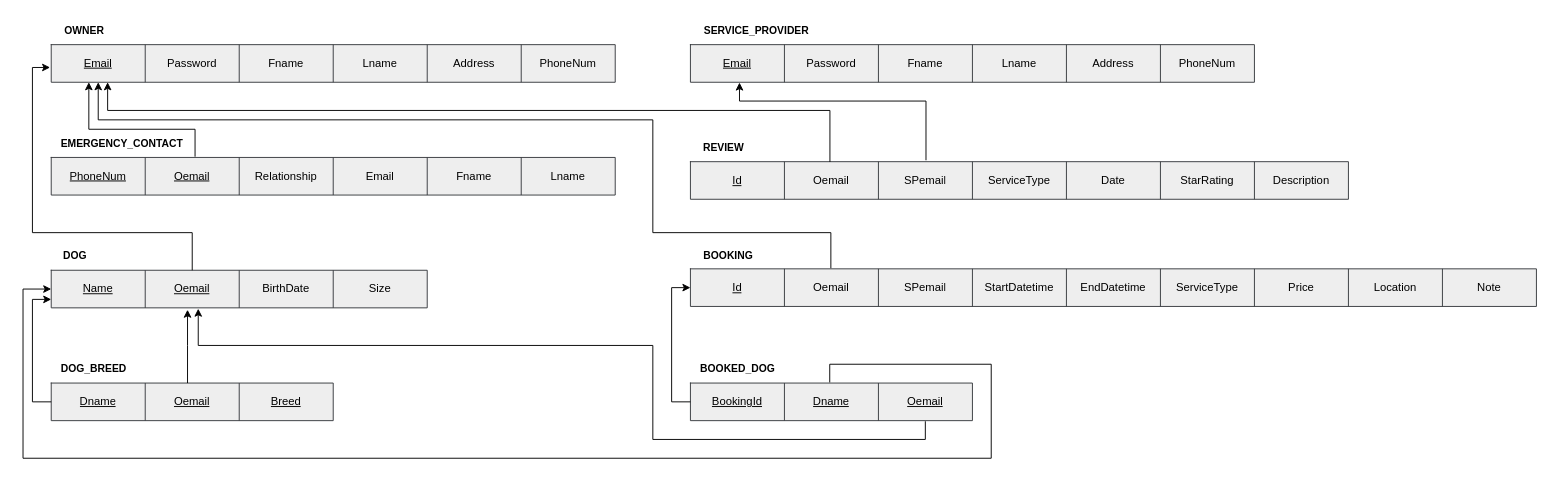
Above: BarkBase Relational Schema.drawio in BraedonHaensel/barkbase (draw.io), before the change. Source tidied: cells renumbered, new cells numbered last; positions are measured from the earlier drawing's top-left corner, leaving out a move shared by most shapes. Both pictures are drawn from the tidied source at 94%, with x=0, y=0 at pixel (23, 16).
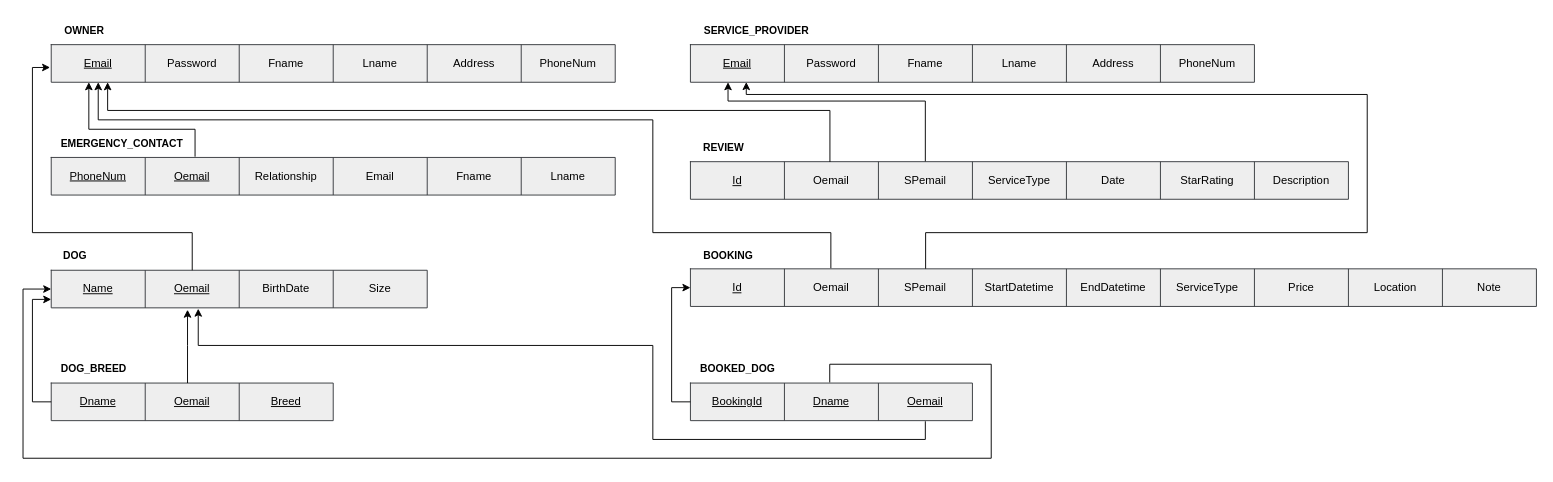
The same page after the edit.

Commit message:
added missing foreign key arrow to booking

The change refers to these unchanged cells:
```xml
<mxCell id="36" style="shape=tableRow;horizontal=0;startSize=0;swimlaneHead=0;swimlaneBody=0;strokeColor=inherit;top=0;left=0;bottom=0;right=0;fillColor=none;points=[[0,0.5],[1,0.5]];portConstraint=eastwest;" parent="35" vertex="1">
  <mxGeometry width="900" height="40" as="geometry" />
</mxCell>
<mxCell id="55" style="shape=tableRow;horizontal=0;startSize=0;swimlaneHead=0;swimlaneBody=0;strokeColor=inherit;top=0;left=0;bottom=0;right=0;fillColor=none;points=[[0,0.5],[1,0.5]];portConstraint=eastwest;" parent="54" vertex="1">
  <mxGeometry width="600" height="40" as="geometry" />
</mxCell>
<mxCell id="63" style="shape=table;startSize=0;childLayout=tableLayout;fillColor=#eeeeee;strokeColor=#36393d;" parent="1" vertex="1">
  <mxGeometry x="710" y="154.5" width="700" height="40" as="geometry" />
</mxCell>
```

Change to the diagram source:
```diff
@@
-    <mxCell id="77" style="endArrow=classic;html=1;rounded=0;strokeColor=default;align=center;verticalAlign=middle;fontFamily=Helvetica;fontSize=11;fontColor=default;labelBackgroundColor=default;edgeStyle=orthogonalEdgeStyle;exitX=0.358;exitY=-0.038;exitDx=0;exitDy=0;exitPerimeter=0;entryX=0.087;entryY=1.008;entryDx=0;entryDy=0;entryPerimeter=0;" parent="1" edge="1" source="63" target="55">
+    <mxCell id="77" style="endArrow=classic;html=1;rounded=0;strokeColor=default;align=center;verticalAlign=middle;fontFamily=Helvetica;fontSize=11;fontColor=default;labelBackgroundColor=default;edgeStyle=orthogonalEdgeStyle;exitX=0.357;exitY=-0.009;exitDx=0;exitDy=0;exitPerimeter=0;" parent="1" edge="1" source="63">
       <mxGeometry relative="1" as="geometry">
+        <mxPoint x="750" y="70" as="targetPoint" />
         <Array as="points">
-          <mxPoint x="961" y="90" />
-          <mxPoint x="762" y="90" />
+          <mxPoint x="960" y="90" />
+          <mxPoint x="750" y="90" />
         </Array>
       </mxGeometry>
     </mxCell>
@@
+    <mxCell id="80" style="endArrow=classic;html=1;rounded=0;strokeColor=default;align=center;verticalAlign=middle;fontFamily=Helvetica;fontSize=11;fontColor=default;labelBackgroundColor=default;edgeStyle=orthogonalEdgeStyle;entryX=0.099;entryY=0.996;entryDx=0;entryDy=0;entryPerimeter=0;exitX=0.278;exitY=-0.004;exitDx=0;exitDy=0;exitPerimeter=0;" parent="1" edge="1" source="36" target="55">
+      <mxGeometry relative="1" as="geometry">
+        <Array as="points">
+          <mxPoint x="960" y="230" />
+          <mxPoint x="1430" y="230" />
+          <mxPoint x="1430" y="83" />
+          <mxPoint x="769" y="83" />
+        </Array>
+      </mxGeometry>
+    </mxCell>
```
